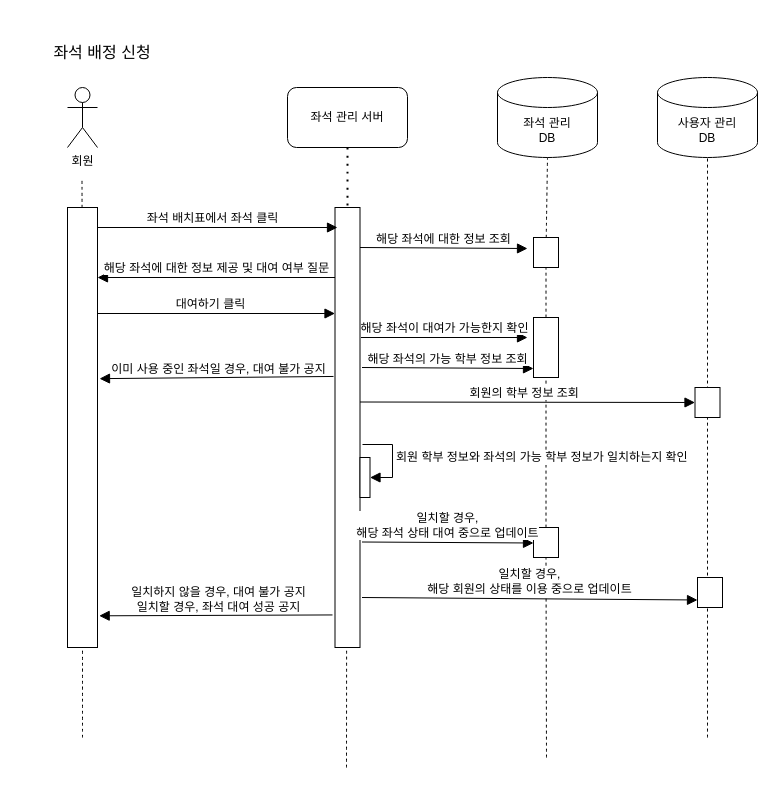
Earlier version of the draw.io diagram page "좌석 배정 신청" (4 of 7) of squenceDiagram.drawio (cherror/placeK). Source tidied: cells renumbered, new cells numbered last; positions are measured from the earlier drawing's top-left corner, leaving out a move shared by most shapes. Both pictures are drawn from the tidied source at 100%, with x=0, y=0 at pixel (17, 37).
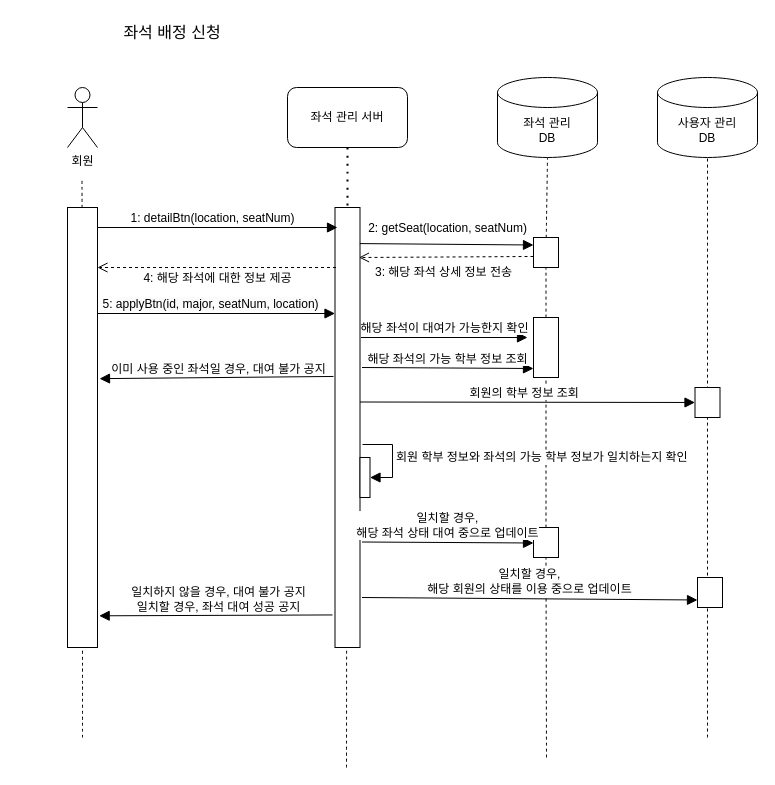
Above is the later version.

The change refers to these unchanged cells:
```xml
<mxCell id="10" style="rounded=0;whiteSpace=wrap;html=1;" parent="1" vertex="1">
  <mxGeometry x="317.5" y="170" width="25" height="440" as="geometry" />
</mxCell>
<mxCell id="23" style="rounded=0;whiteSpace=wrap;html=1;" parent="1" vertex="1">
  <mxGeometry x="516" y="200" width="25" height="30" as="geometry" />
</mxCell>
```

Diff of the diagram source:
```diff
@@
     <mxCell id="5" value="좌석 배정 신청" style="text;html=1;align=center;verticalAlign=middle;whiteSpace=wrap;rounded=0;fontSize=16;" parent="1" vertex="1">
-      <mxGeometry width="170" height="30" as="geometry" />
+      <mxGeometry x="70" y="-20" width="170" height="30" as="geometry" />
     </mxCell>
@@
-    <mxCell id="11" value="좌석 배치표에서 좌석 클릭" style="html=1;verticalAlign=bottom;endArrow=block;curved=0;rounded=0;fontSize=12;startSize=8;endSize=8;" parent="1" edge="1">
+    <mxCell id="11" value="1: detailBtn(location, seatNum)" style="html=1;verticalAlign=bottom;endArrow=block;curved=0;rounded=0;fontSize=12;startSize=8;endSize=8;" parent="1" edge="1">
       <mxGeometry relative="1" as="geometry">
         <mxPoint x="70" y="190" as="sourcePoint" />
         <mxPoint x="320" y="190" as="targetPoint" />
       </mxGeometry>
     </mxCell>
@@
-    <mxCell id="15" value="해당 좌석에 대한 정보 제공 및 대여 여부 질문" style="html=1;verticalAlign=bottom;endArrow=block;curved=0;rounded=0;fontSize=12;startSize=8;endSize=8;exitX=-0.033;exitY=0.848;exitDx=0;exitDy=0;exitPerimeter=0;" parent="1" edge="1">
-      <mxGeometry relative="1" as="geometry">
-        <mxPoint x="317.5" y="240" as="sourcePoint" />
-        <mxPoint x="80" y="240" as="targetPoint" />
-      </mxGeometry>
-    </mxCell>
@@
-    <mxCell id="17" value="대여하기 클릭" style="html=1;verticalAlign=bottom;endArrow=block;curved=0;rounded=0;fontSize=12;startSize=8;endSize=8;" parent="1" edge="1">
+    <mxCell id="17" value="5:&amp;nbsp;&lt;span style=&quot;text-align: left; background-color: rgb(251, 251, 251);&quot;&gt;applyBtn(id, major, seatNum, location)&lt;/span&gt;" style="html=1;verticalAlign=bottom;endArrow=block;curved=0;rounded=0;fontSize=12;startSize=8;endSize=8;" parent="1" edge="1">
       <mxGeometry relative="1" as="geometry">
         <mxPoint x="67.5" y="276" as="sourcePoint" />
         <mxPoint x="317.5" y="276" as="targetPoint" />
       </mxGeometry>
     </mxCell>
@@
-    <mxCell id="21" value="해당 좌석에 대한 정보 조회" style="html=1;verticalAlign=bottom;endArrow=block;curved=0;rounded=0;fontSize=12;startSize=8;endSize=8;" parent="1" edge="1">
-      <mxGeometry relative="1" as="geometry">
-        <mxPoint x="342.5" y="210" as="sourcePoint" />
-        <mxPoint x="510" y="211" as="targetPoint" />
-      </mxGeometry>
+    <mxCell id="21" value="2: getSeat(location, seatNum)" style="html=1;verticalAlign=bottom;endArrow=block;curved=0;rounded=0;fontSize=12;startSize=8;endSize=8;entryX=0;entryY=0.25;entryDx=0;entryDy=0;exitX=0.995;exitY=0.082;exitDx=0;exitDy=0;exitPerimeter=0;" parent="1" edge="1" source="10" target="23">
+      <mxGeometry x="0.01" y="7" relative="1" as="geometry" />
     </mxCell>
@@
+    <mxCell id="38" value="3: 해당 좌석 상세 정보 전송" style="html=1;verticalAlign=bottom;endArrow=open;dashed=1;endSize=8;curved=0;rounded=0;fontSize=12;entryX=0.975;entryY=0.346;entryDx=0;entryDy=0;entryPerimeter=0;exitX=0;exitY=0.633;exitDx=0;exitDy=0;exitPerimeter=0;" parent="1" edge="1" source="23">
+      <mxGeometry x="0.03" y="24" relative="1" as="geometry">
+        <mxPoint x="341.5" y="220" as="targetPoint" />
+      </mxGeometry>
+    </mxCell>
+    <mxCell id="39" value="4: 해당 좌석에 대한 정보 제공" style="html=1;verticalAlign=bottom;endArrow=open;dashed=1;endSize=8;curved=0;rounded=0;fontSize=12;exitX=0.009;exitY=0.346;exitDx=0;exitDy=0;exitPerimeter=0;entryX=0.975;entryY=0.346;entryDx=0;entryDy=0;entryPerimeter=0;" parent="1" edge="1">
+      <mxGeometry y="20" relative="1" as="geometry">
+        <mxPoint x="318.5" y="230" as="sourcePoint" />
+        <mxPoint x="80" y="230" as="targetPoint" />
+      </mxGeometry>
+    </mxCell>
```
